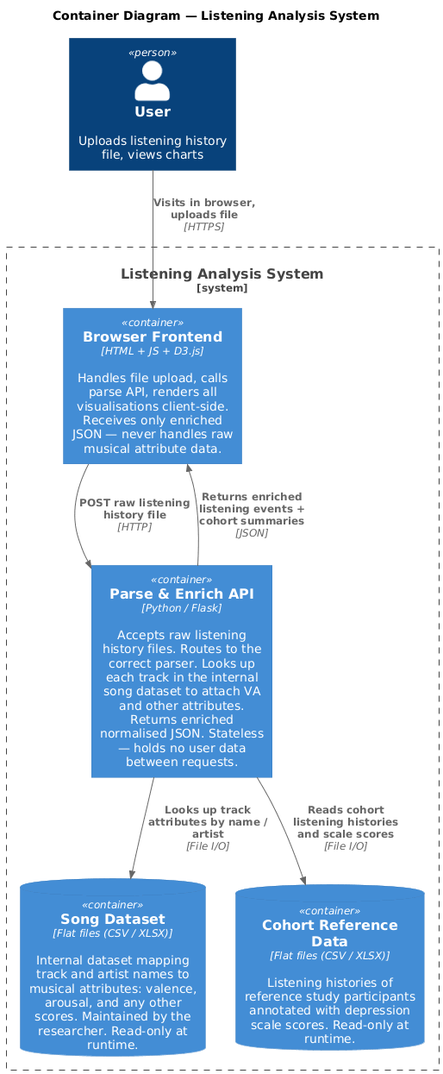
Earlier version of the PlantUML export documentation/C4/Container Diagram.png (KJsquare9/Listening-History-App).
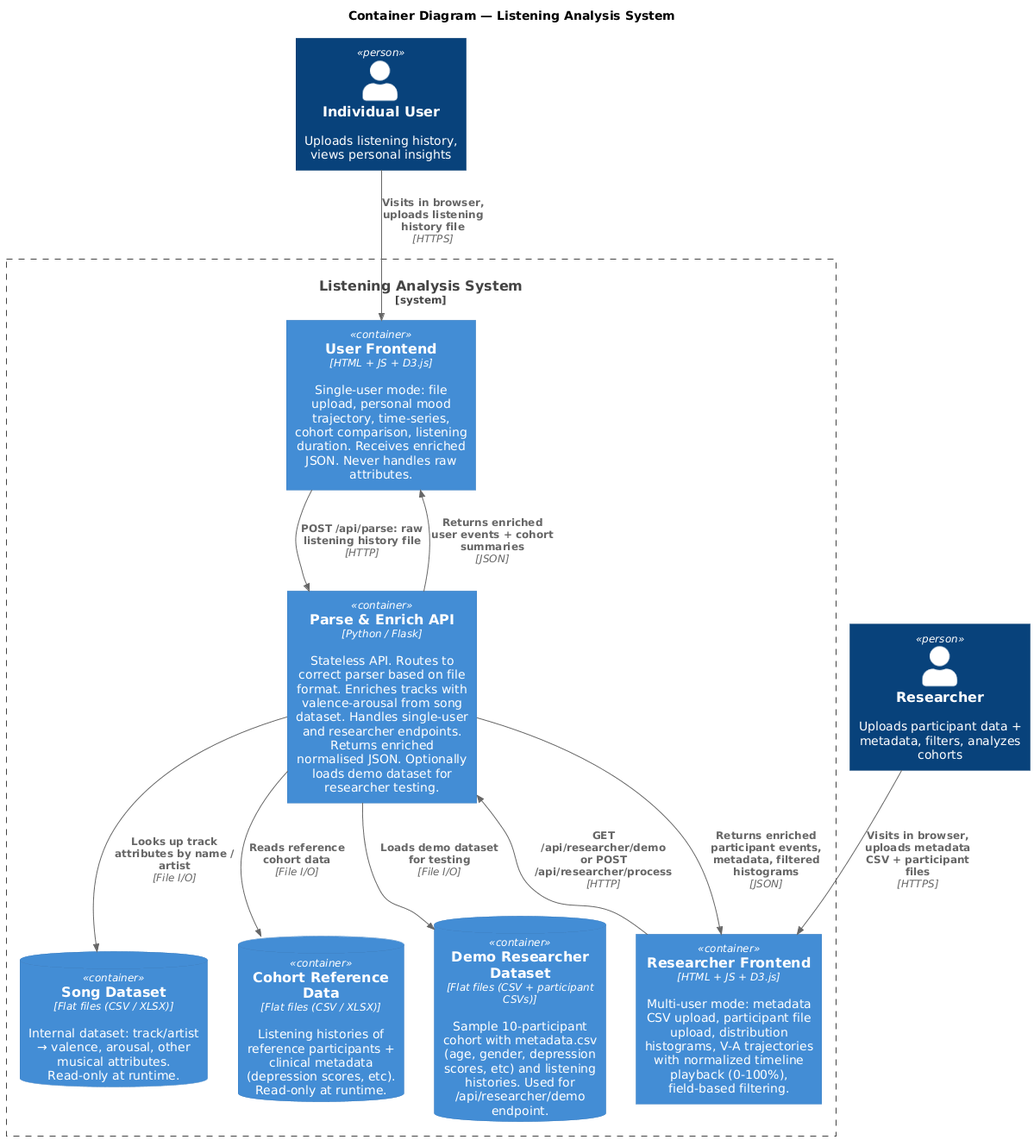
After the commit.

The edit, as a diff of the source:
```diff
@@ -3,22 +3,31 @@
 
 title Container Diagram — Listening Analysis System
 
-Person(user, "User", "Uploads listening history file, views charts")
+Person(end_user, "Individual User", "Uploads listening history, views personal insights")
+Person(researcher, "Researcher", "Uploads participant data + metadata, filters, analyzes cohorts")
 
 System_Boundary(sys, "Listening Analysis System") {
 
-    Container(spa, "Browser Frontend", "HTML + JS + D3.js", "Handles file upload, calls parse API, renders all visualisations client-side. Receives only enriched JSON — never handles raw musical attribute data.")
+    Container(user_spa, "User Frontend", "HTML + JS + D3.js", "Single-user mode: file upload, personal mood trajectory, time-series, cohort comparison, listening duration. Receives enriched JSON. Never handles raw attributes.")
 
-    Container(api, "Parse & Enrich API", "Python / Flask", "Accepts raw listening history files. Routes to the correct parser. Looks up each track in the internal song dataset to attach VA and other attributes. Returns enriched normalised JSON. Stateless — holds no user data between requests.")
+    Container(researcher_spa, "Researcher Frontend", "HTML + JS + D3.js", "Multi-user mode: metadata CSV upload, participant file upload, distribution histograms, V-A trajectories with normalized timeline playback (0-100%), field-based filtering.")
 
-    ContainerDb(song_db, "Song Dataset", "Flat files (CSV / XLSX)", "Internal dataset mapping track and artist names to musical attributes: valence, arousal, and any other scores. Maintained by the researcher. Read-only at runtime.")
+    Container(api, "Parse & Enrich API", "Python / Flask", "Stateless API. Routes to correct parser based on file format. Enriches tracks with valence-arousal from song dataset. Handles single-user and researcher endpoints. Returns enriched normalised JSON. Optionally loads demo dataset for researcher testing.")
 
-    ContainerDb(refdata, "Cohort Reference Data", "Flat files (CSV / XLSX)", "Listening histories of reference study participants annotated with depression scale scores. Read-only at runtime.")
+    ContainerDb(song_db, "Song Dataset", "Flat files (CSV / XLSX)", "Internal dataset: track/artist → valence, arousal, other musical attributes. Read-only at runtime.")
+
+    ContainerDb(refdata, "Cohort Reference Data", "Flat files (CSV / XLSX)", "Listening histories of reference participants + clinical metadata (depression scores, etc). Read-only at runtime.")
+
+    ContainerDb(demo_data, "Demo Researcher Dataset", "Flat files (CSV + participant CSVs)", "Sample 10-participant cohort with metadata.csv (age, gender, depression scores, etc) and listening histories. Used for /api/researcher/demo endpoint.")
 }
 
-Rel(user, spa, "Visits in browser, uploads file", "HTTPS")
-Rel(spa, api, "POST raw listening history file", "HTTP")
-Rel(api, spa, "Returns enriched listening events + cohort summaries", "JSON")
+Rel(end_user, user_spa, "Visits in browser, uploads listening history file", "HTTPS")
+Rel(researcher, researcher_spa, "Visits in browser, uploads metadata CSV + participant files", "HTTPS")
+Rel(user_spa, api, "POST /api/parse: raw listening history file", "HTTP")
+Rel(researcher_spa, api, "GET /api/researcher/demo or POST /api/researcher/process", "HTTP")
+Rel(api, user_spa, "Returns enriched user events + cohort summaries", "JSON")
+Rel(api, researcher_spa, "Returns enriched participant events, metadata, filtered histograms", "JSON")
 Rel(api, song_db, "Looks up track attributes by name / artist", "File I/O")
-Rel(api, refdata, "Reads cohort listening histories and scale scores", "File I/O")
+Rel(api, refdata, "Reads reference cohort data", "File I/O")
+Rel(api, demo_data, "Loads demo dataset for testing", "File I/O")
 @enduml
```
